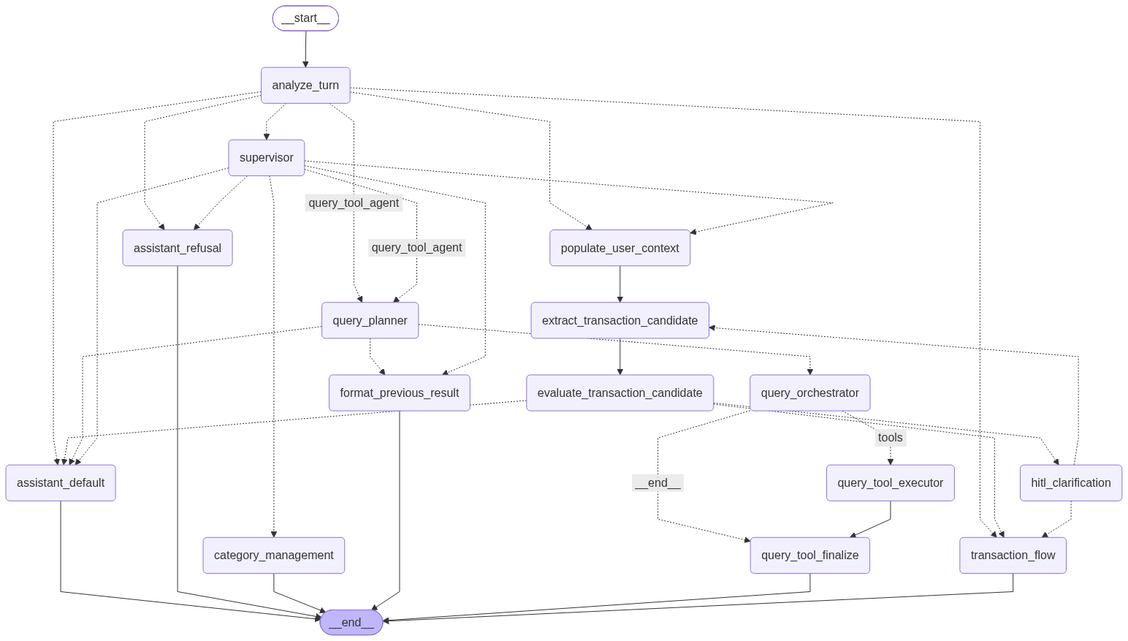
Above: apps/api/artifacts/langgraph/chat_langgraph.png in HazSyl1/AffordAbled (Mermaid), before the change. Its source is kept beside it as apps/api/artifacts/langgraph/chat_langgraph.mmd.
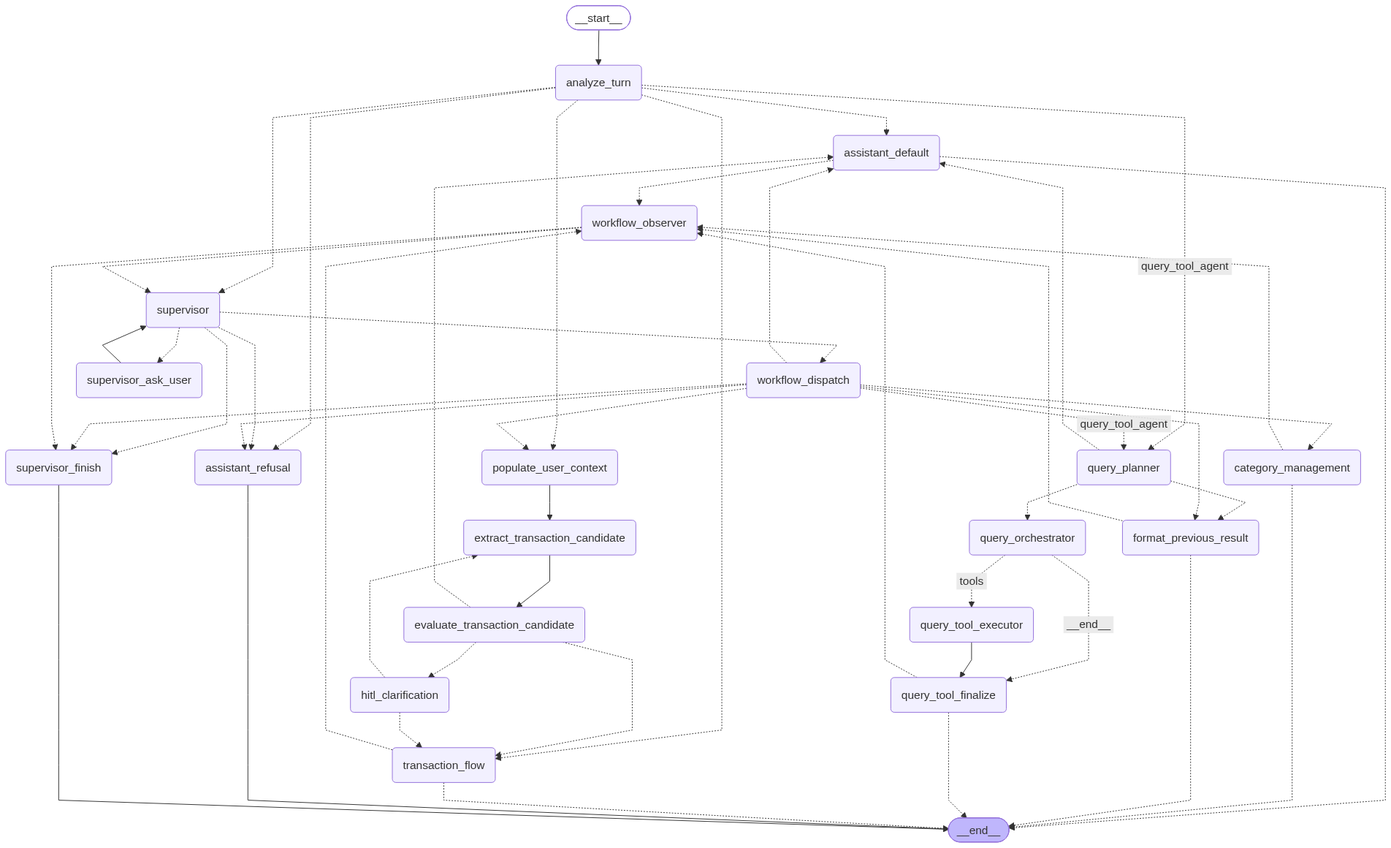
After the change.

Commit message:
feat: add bounded multi-step supervisor loop

Change to the diagram source:
```diff
@@ -7,6 +7,10 @@
 	__start__([<p>__start__</p>]):::first
 	analyze_turn(analyze_turn)
 	supervisor(supervisor)
+	workflow_dispatch(workflow_dispatch)
+	workflow_observer(workflow_observer)
+	supervisor_ask_user(supervisor_ask_user)
+	supervisor_finish(supervisor_finish)
 	category_management(category_management)
 	populate_user_context(populate_user_context)
 	extract_transaction_candidate(extract_transaction_candidate)
@@ -28,10 +32,16 @@
 	analyze_turn -. &nbsp;query_tool_agent&nbsp; .-> query_planner;
 	analyze_turn -.-> supervisor;
 	analyze_turn -.-> transaction_flow;
+	assistant_default -.-> __end__;
+	assistant_default -.-> workflow_observer;
+	category_management -.-> __end__;
+	category_management -.-> workflow_observer;
 	evaluate_transaction_candidate -.-> assistant_default;
 	evaluate_transaction_candidate -.-> hitl_clarification;
 	evaluate_transaction_candidate -.-> transaction_flow;
 	extract_transaction_candidate --> evaluate_transaction_candidate;
+	format_previous_result -.-> __end__;
+	format_previous_result -.-> workflow_observer;
 	hitl_clarification -.-> extract_transaction_candidate;
 	hitl_clarification -.-> transaction_flow;
 	populate_user_context --> extract_transaction_candidate;
@@ -41,18 +51,26 @@
 	query_planner -.-> format_previous_result;
 	query_planner -.-> query_orchestrator;
 	query_tool_executor --> query_tool_finalize;
-	supervisor -.-> assistant_default;
+	query_tool_finalize -.-> __end__;
+	query_tool_finalize -.-> workflow_observer;
 	supervisor -.-> assistant_refusal;
-	supervisor -.-> category_management;
-	supervisor -.-> format_previous_result;
-	supervisor -.-> populate_user_context;
-	supervisor -. &nbsp;query_tool_agent&nbsp; .-> query_planner;
-	assistant_default --> __end__;
+	supervisor -.-> supervisor_ask_user;
+	supervisor -.-> supervisor_finish;
+	supervisor -.-> workflow_dispatch;
+	supervisor_ask_user --> supervisor;
+	transaction_flow -.-> __end__;
+	transaction_flow -.-> workflow_observer;
+	workflow_dispatch -.-> assistant_default;
+	workflow_dispatch -.-> assistant_refusal;
+	workflow_dispatch -.-> category_management;
+	workflow_dispatch -.-> format_previous_result;
+	workflow_dispatch -.-> populate_user_context;
+	workflow_dispatch -. &nbsp;query_tool_agent&nbsp; .-> query_planner;
+	workflow_dispatch -.-> supervisor_finish;
+	workflow_observer -.-> supervisor;
+	workflow_observer -.-> supervisor_finish;
 	assistant_refusal --> __end__;
-	category_management --> __end__;
-	format_previous_result --> __end__;
-	query_tool_finalize --> __end__;
-	transaction_flow --> __end__;
+	supervisor_finish --> __end__;
 	classDef default fill:#f2f0ff,line-height:1.2
 	classDef first fill-opacity:0
 	classDef last fill:#bfb6fc
```
